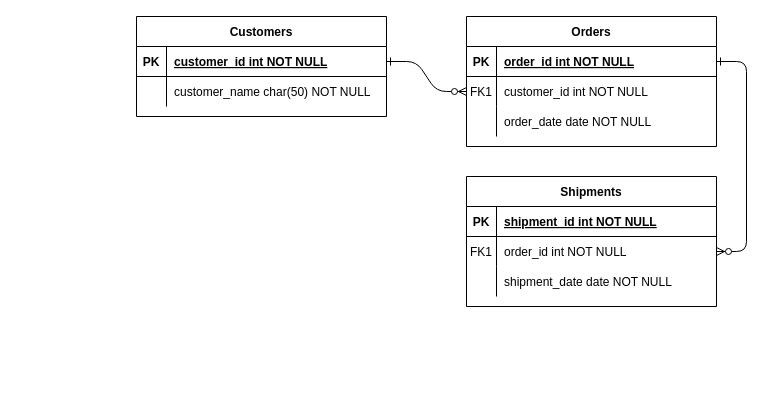
Before: ERD_Diagram_transaction.drawio in codeblue-bootcamp-infosys-binar/Misc, a draw.io diagram. Source tidied: cells renumbered, new cells numbered last; positions are measured from the earlier drawing's top-left corner, leaving out a move shared by most shapes. Both pictures are drawn from the tidied source at 100%, with x=0, y=0 at pixel (136, 16).
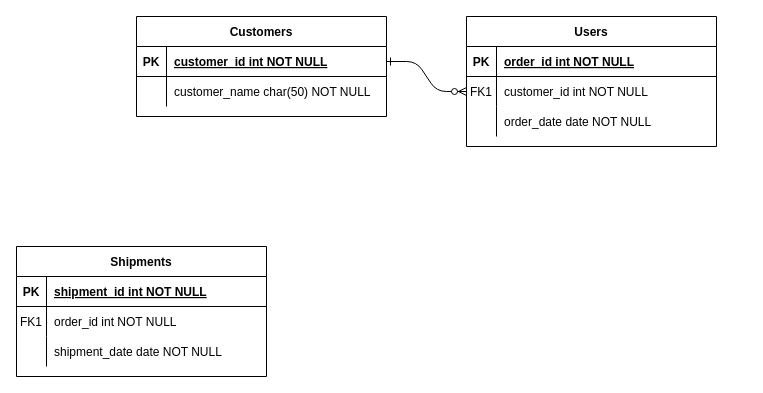
The same diagram, later.

Unchanged cells that the change refers to:
```xml
<mxCell id="5" style="shape=partialRectangle;fillColor=none;points=[[0,0.5],[1,0.5]];portConstraint=eastwest;top=0;left=0;right=0;bottom=1;" parent="4" vertex="1">
  <mxGeometry y="30" width="250" height="30" as="geometry" />
</mxCell>
<mxCell id="18" style="shape=partialRectangle;fillColor=none;points=[[0,0.5],[1,0.5]];portConstraint=eastwest;top=0;left=0;right=0;bottom=0;" parent="14" vertex="1">
  <mxGeometry y="60" width="250" height="30" as="geometry" />
</mxCell>
```

The edit, as a diff of the source:
```diff
@@
-    <mxCell id="3" style="edgeStyle=entityRelationEdgeStyle;endArrow=ERzeroToMany;startArrow=ERone;endFill=1;startFill=0;" parent="1" edge="1" source="5" target="18">
-      <mxGeometry relative="1" as="geometry" />
-    </mxCell>
-    <mxCell id="4" value="Orders" style="shape=table;startSize=30;childLayout=tableLayout;rowLines=0;fontStyle=1;align=center;" parent="1" vertex="1">
+    <mxCell id="4" value="Users" style="shape=table;startSize=30;childLayout=tableLayout;rowLines=0;fontStyle=1;align=center;" parent="1" vertex="1">
       <mxGeometry x="330" width="250" height="130" as="geometry" />
     </mxCell>
@@
     <mxCell id="14" value="Shipments" style="shape=table;startSize=30;childLayout=tableLayout;rowLines=0;fontStyle=1;align=center;" parent="1" vertex="1">
-      <mxGeometry x="330" y="160" width="250" height="130" as="geometry" />
+      <mxGeometry x="-120" y="230" width="250" height="130" as="geometry" />
     </mxCell>
```
